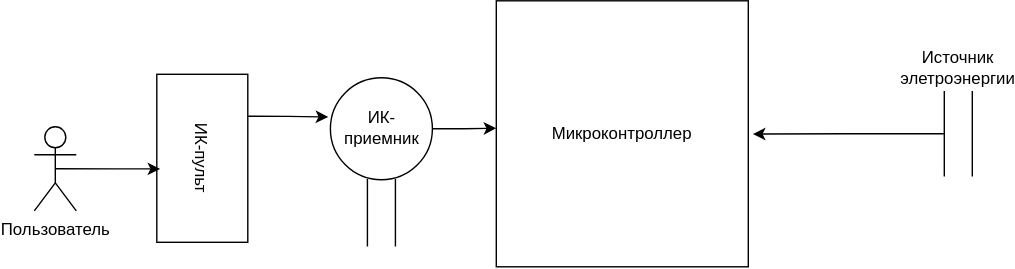
FortyClock/smart_light keeps this draw.io diagram as Функциональная схема.svg. Above is the earlier version. Source tidied: cells renumbered, new cells last; positions are measured from the earlier drawing's top-left corner, leaving out a move shared by most shapes. Its diagram source:
```xml
<mxGraphModel>
  <root>
    <mxCell id="0" />
    <mxCell id="1" parent="0" />
    <mxCell id="2" value="Пользователь" style="shape=umlActor;verticalLabelPosition=bottom;verticalAlign=top;html=1;outlineConnect=0;" parent="1" vertex="1">
      <mxGeometry y="90" width="30" height="60" as="geometry" />
    </mxCell>
    <mxCell id="3" style="edgeStyle=orthogonalEdgeStyle;rounded=0;jettySize=auto;html=1;exitX=0.25;exitY=0;exitDx=0;exitDy=0;" parent="1" edge="1" source="4">
      <mxGeometry relative="1" as="geometry">
        <mxPoint x="210" y="83" as="targetPoint" />
      </mxGeometry>
    </mxCell>
    <mxCell id="4" value="ИК-пульт&lt;br&gt;" style="rounded=0;whiteSpace=wrap;html=1;rotation=90;" parent="1" vertex="1">
      <mxGeometry x="60" y="80" width="120" height="65" as="geometry" />
    </mxCell>
    <mxCell id="5" style="group;" parent="1" vertex="1">
      <mxGeometry x="220" y="65" width="80" height="110" as="geometry" />
    </mxCell>
    <mxCell id="6" style="shape=partialRectangle;whiteSpace=wrap;html=1;top=0;bottom=0;fillColor=none;" parent="5" vertex="1">
      <mxGeometry x="17.9" y="62.9" width="20" height="47.1" as="geometry" />
    </mxCell>
    <mxCell id="7" value="ИК-приемник&lt;br&gt;" style="ellipse;whiteSpace=wrap;html=1;" parent="5" vertex="1">
      <mxGeometry x="-8.5" y="-10" width="72.8" height="72.8" as="geometry" />
    </mxCell>
    <mxCell id="8" style="edgeStyle=orthogonalEdgeStyle;rounded=0;jettySize=auto;html=1;exitX=0.5;exitY=0.5;exitDx=0;exitDy=0;exitPerimeter=0;entryX=0.563;entryY=0.962;entryDx=0;entryDy=0;entryPerimeter=0;" parent="1" edge="1" source="2" target="4">
      <mxGeometry relative="1" as="geometry" />
    </mxCell>
    <mxCell id="9" value="Микроконтроллер" style="rounded=0;whiteSpace=wrap;html=1;" parent="1" vertex="1">
      <mxGeometry x="330" width="180" height="190" as="geometry" />
    </mxCell>
    <mxCell id="10" style="edgeStyle=orthogonalEdgeStyle;rounded=0;jettySize=auto;html=1;exitX=1;exitY=0.5;exitDx=0;exitDy=0;" parent="1" edge="1" source="7">
      <mxGeometry relative="1" as="geometry">
        <mxPoint x="330" y="91" as="targetPoint" />
      </mxGeometry>
    </mxCell>
    <mxCell id="11" value="Источник элетроэнергии&lt;br&gt;" style="shape=partialRectangle;whiteSpace=wrap;html=1;bottom=0;top=0;fillColor=none;verticalAlign=bottom;labelPosition=center;verticalLabelPosition=top;align=center;" parent="1" vertex="1">
      <mxGeometry x="650" y="65" width="20" height="60" as="geometry" />
    </mxCell>
    <mxCell id="12" style="edgeStyle=orthogonalEdgeStyle;rounded=0;jettySize=auto;html=1;exitX=0;exitY=0.5;exitDx=0;exitDy=0;entryX=1.018;entryY=0.501;entryDx=0;entryDy=0;entryPerimeter=0;" parent="1" edge="1" source="11" target="9">
      <mxGeometry relative="1" as="geometry" />
    </mxCell>
  </root>
</mxGraphModel>
```
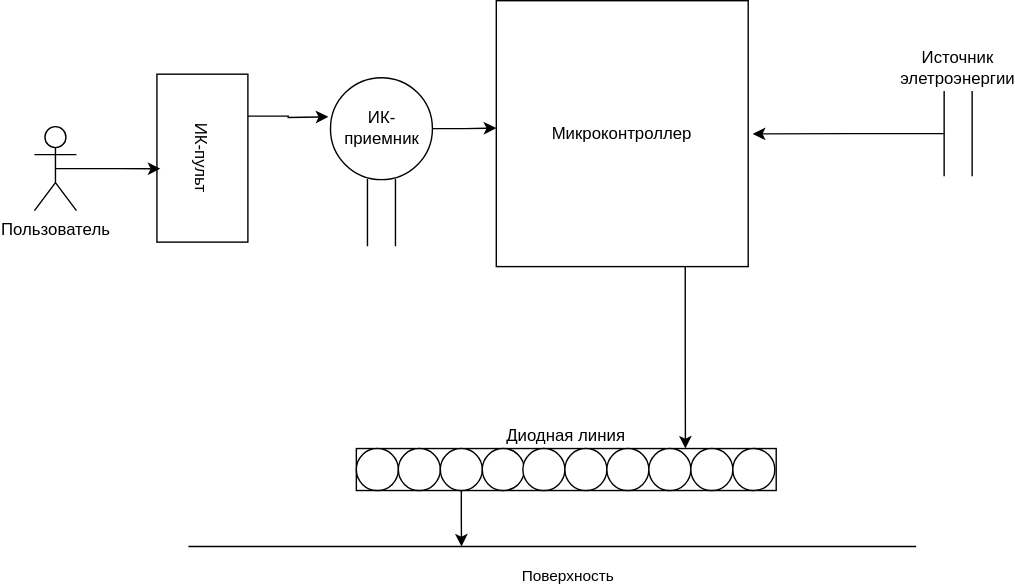
Later version of the same file.

Change to the diagram source:
```diff
@@ -2,6 +2,14 @@
   <root>
     <mxCell id="0" />
     <mxCell id="1" parent="0" />
+    <mxCell id="13" style="edgeStyle=orthogonalEdgeStyle;rounded=0;jettySize=auto;html=1;exitX=0.25;exitY=1;exitDx=0;exitDy=0;" parent="1" edge="1" source="14">
+      <mxGeometry relative="1" as="geometry">
+        <mxPoint x="305.1" y="390" as="targetPoint" />
+      </mxGeometry>
+    </mxCell>
+    <mxCell id="14" value="Диодная линия" style="rounded=0;whiteSpace=wrap;html=1;labelPosition=center;verticalLabelPosition=top;align=center;verticalAlign=bottom;" parent="1" vertex="1">
+      <mxGeometry x="230" y="320" width="300" height="30" as="geometry" />
+    </mxCell>
     <mxCell id="2" value="Пользователь" style="shape=umlActor;verticalLabelPosition=bottom;verticalAlign=top;html=1;outlineConnect=0;" parent="1" vertex="1">
       <mxGeometry y="90" width="30" height="60" as="geometry" />
     </mxCell>
@@ -39,5 +47,49 @@
     <mxCell id="12" style="edgeStyle=orthogonalEdgeStyle;rounded=0;jettySize=auto;html=1;exitX=0;exitY=0.5;exitDx=0;exitDy=0;entryX=1.018;entryY=0.501;entryDx=0;entryDy=0;entryPerimeter=0;" parent="1" edge="1" source="11" target="9">
       <mxGeometry relative="1" as="geometry" />
     </mxCell>
+    <mxCell id="15" style="ellipse;whiteSpace=wrap;html=1;" parent="1" vertex="1">
+      <mxGeometry x="230" y="320" width="30" height="30" as="geometry" />
+    </mxCell>
+    <mxCell id="16" style="ellipse;whiteSpace=wrap;html=1;" parent="1" vertex="1">
+      <mxGeometry x="260" y="320" width="30" height="30" as="geometry" />
+    </mxCell>
+    <mxCell id="17" style="ellipse;whiteSpace=wrap;html=1;" parent="1" vertex="1">
+      <mxGeometry x="290" y="320" width="30" height="30" as="geometry" />
+    </mxCell>
+    <mxCell id="18" style="ellipse;whiteSpace=wrap;html=1;" parent="1" vertex="1">
+      <mxGeometry x="320" y="320" width="30" height="30" as="geometry" />
+    </mxCell>
+    <mxCell id="19" style="ellipse;whiteSpace=wrap;html=1;" parent="1" vertex="1">
+      <mxGeometry x="349" y="320" width="30" height="30" as="geometry" />
+    </mxCell>
+    <mxCell id="20" style="ellipse;whiteSpace=wrap;html=1;" parent="1" vertex="1">
+      <mxGeometry x="379" y="320" width="30" height="30" as="geometry" />
+    </mxCell>
+    <mxCell id="21" style="ellipse;whiteSpace=wrap;html=1;" parent="1" vertex="1">
+      <mxGeometry x="409" y="320" width="30" height="30" as="geometry" />
+    </mxCell>
+    <mxCell id="22" style="ellipse;whiteSpace=wrap;html=1;" parent="1" vertex="1">
+      <mxGeometry x="439" y="320" width="30" height="30" as="geometry" />
+    </mxCell>
+    <mxCell id="23" style="ellipse;whiteSpace=wrap;html=1;" parent="1" vertex="1">
+      <mxGeometry x="469" y="320" width="30" height="30" as="geometry" />
+    </mxCell>
+    <mxCell id="24" style="ellipse;whiteSpace=wrap;html=1;" parent="1" vertex="1">
+      <mxGeometry x="499" y="320" width="30" height="30" as="geometry" />
+    </mxCell>
+    <mxCell id="25" style="endArrow=none;html=1;rounded=0;labelPosition=center;verticalLabelPosition=bottom;align=center;verticalAlign=top;" parent="1" edge="1">
+      <mxGeometry relative="1" as="geometry">
+        <mxPoint x="110" y="390" as="sourcePoint" />
+        <mxPoint x="630" y="390" as="targetPoint" />
+      </mxGeometry>
+    </mxCell>
+    <mxCell id="26" value="Поверхность&lt;br&gt;" style="edgeLabel;html=1;align=center;verticalAlign=middle;" parent="25" vertex="1">
+      <mxGeometry x="0.07" y="-1" relative="1" as="geometry">
+        <mxPoint x="-7" y="19" as="offset" />
+      </mxGeometry>
+    </mxCell>
+    <mxCell id="27" style="edgeStyle=orthogonalEdgeStyle;rounded=0;jettySize=auto;html=1;exitX=0.75;exitY=1;exitDx=0;exitDy=0;entryX=0.871;entryY=0;entryDx=0;entryDy=0;entryPerimeter=0;" parent="1" edge="1" source="9" target="22">
+      <mxGeometry relative="1" as="geometry" />
+    </mxCell>
   </root>
 </mxGraphModel>
```
